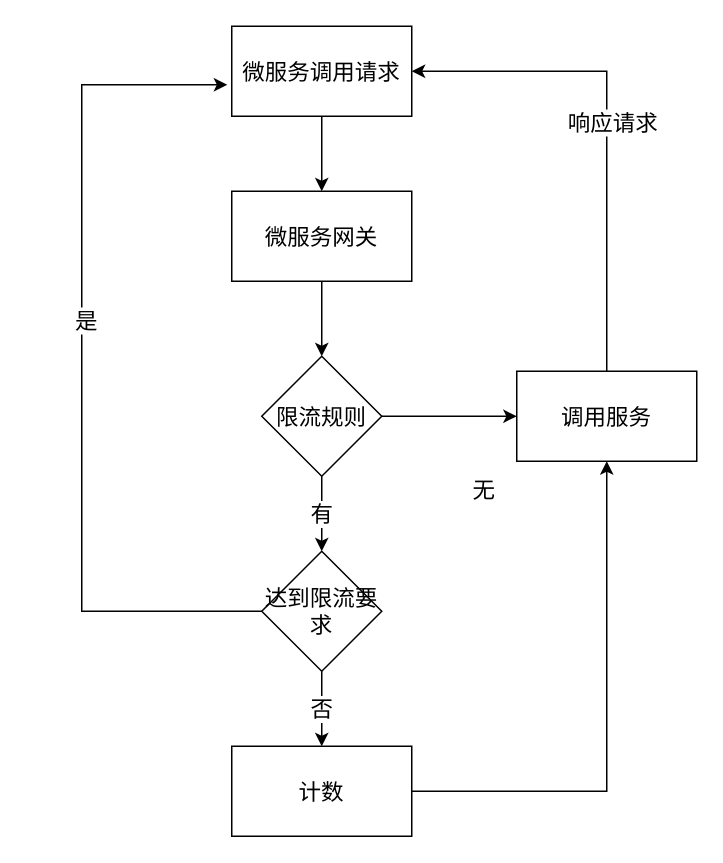
This is 服务限流.drawio from jhyhhmail/draw.io, a draw.io file, before an edit. Source tidied: cells renumbered, new cells numbered last; positions are measured from the earlier drawing's top-left corner, leaving out a move shared by most shapes. Both pictures are drawn from the tidied source at 150%, with x=0, y=0 at pixel (81, 26).
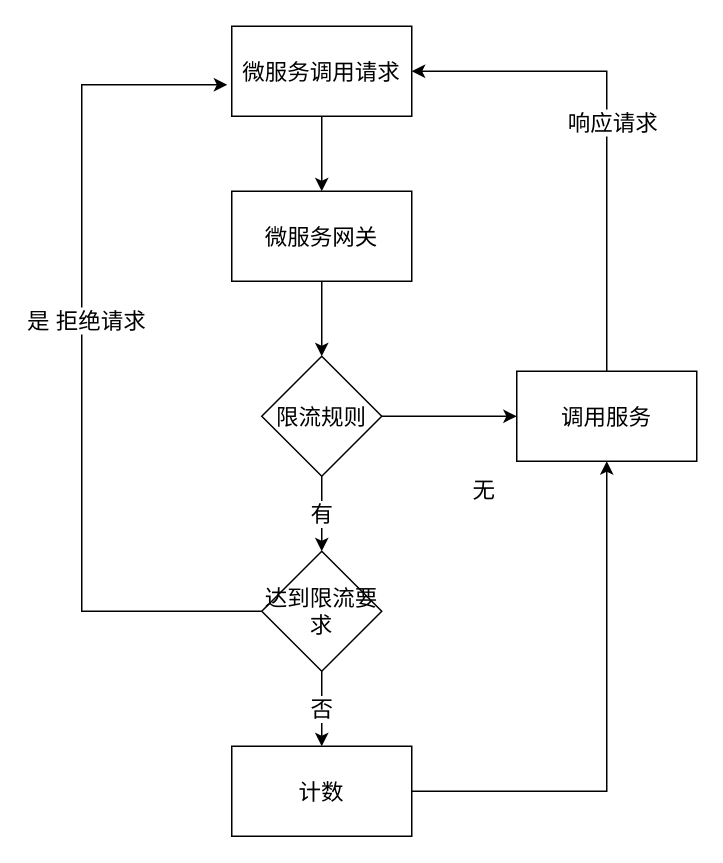
After the change.

Commit message:
更新服务限流.drawio

Unchanged cells that the change refers to:
```xml
<mxCell id="13" style="edgeStyle=orthogonalEdgeStyle;rounded=0;jettySize=auto;html=1;entryX=-0.025;entryY=0.65;entryDx=0;entryDy=0;entryPerimeter=0;fontSize=15;" parent="1" edge="1" source="16" target="3">
  <mxGeometry relative="1" as="geometry">
    <Array as="points">
      <mxPoint y="390" />
      <mxPoint y="39" />
    </Array>
  </mxGeometry>
</mxCell>
```

Change to the diagram source:
```diff
@@
-    <mxCell id="14" value="是" style="text;html=1;align=center;verticalAlign=middle;labelBackgroundColor=#ffffff;fontSize=15;" parent="13" vertex="1">
+    <mxCell id="14" value="是 拒绝请求" style="text;html=1;align=center;verticalAlign=middle;labelBackgroundColor=#ffffff;fontSize=15;" parent="13" vertex="1">
       <mxGeometry x="0.11" y="-2" relative="1" as="geometry" />
     </mxCell>
```
